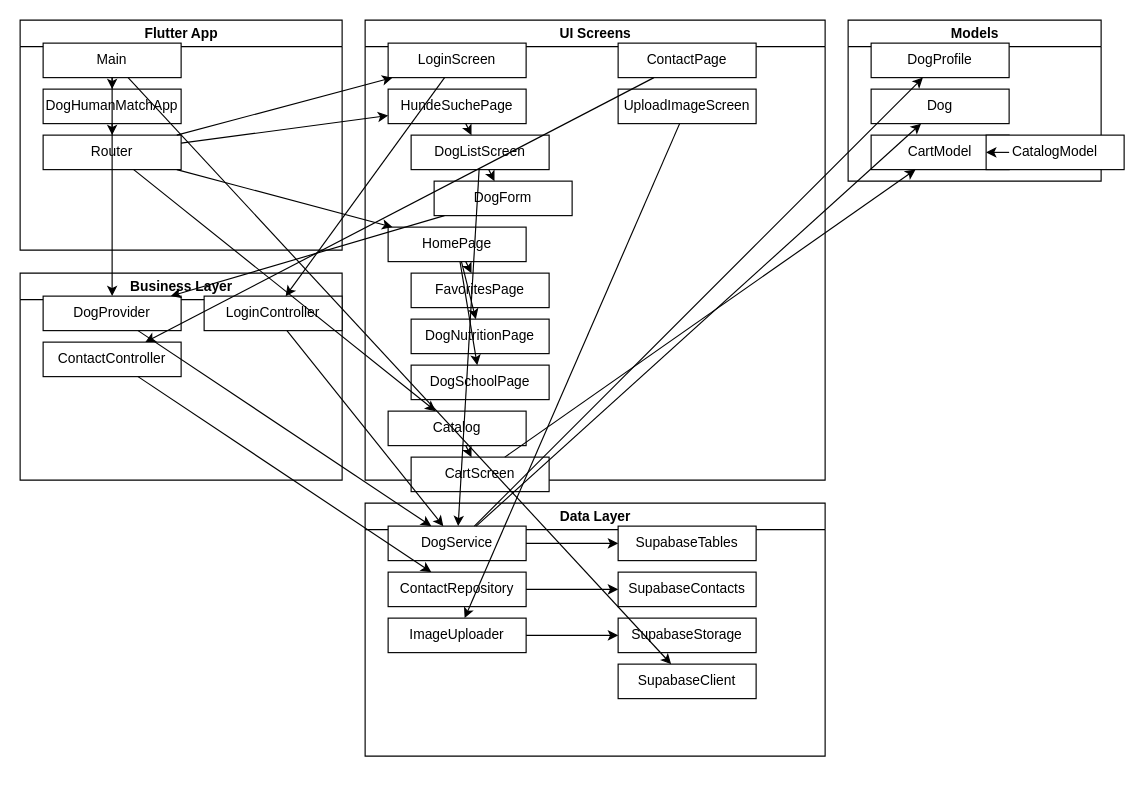
brettwill/my_awesome_namer keeps this draw.io diagram as docs/complex_stack.drawio. Above is the earlier version. Source tidied: cells renumbered, new cells numbered last; positions are measured from the earlier drawing's top-left corner, leaving out a move shared by most shapes. Both pictures are drawn from the tidied source at 115%, with x=0, y=0 at pixel (20, 20).
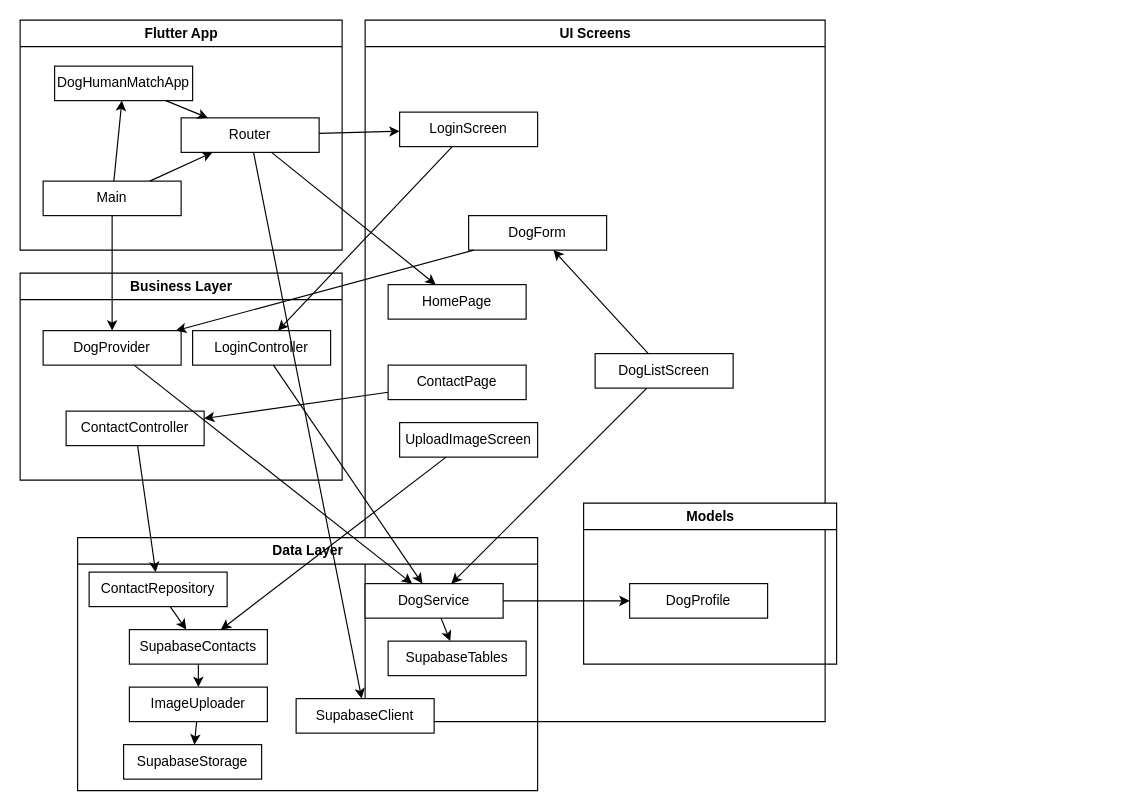
The same diagram, later.

Unchanged cells that the change refers to:
```xml
<mxCell id="2" value="Flutter App" style="swimlane;html=1;" parent="1" vertex="1">
  <mxGeometry width="280" height="200" as="geometry" />
</mxCell>
```

The edit, as a diff of the source:
```diff
@@
-    <mxCell id="3" value="UI Screens" style="swimlane;html=1;" parent="1" vertex="1">
-      <mxGeometry x="300" width="400" height="400" as="geometry" />
-    </mxCell>
-    <mxCell id="4" value="Business Layer" style="swimlane;html=1;" parent="1" vertex="1">
-      <mxGeometry y="220" width="280" height="180" as="geometry" />
-    </mxCell>
-    <mxCell id="5" value="Data Layer" style="swimlane;html=1;" parent="1" vertex="1">
-      <mxGeometry x="300" y="420" width="400" height="220" as="geometry" />
-    </mxCell>
-    <mxCell id="6" value="Models" style="swimlane;html=1;" parent="1" vertex="1">
-      <mxGeometry x="720" width="220" height="140" as="geometry" />
-    </mxCell>
     <mxCell id="7" value="Main" style="rounded=0;whiteSpace=wrap;html=1;" parent="2" vertex="1">
-      <mxGeometry x="20" y="20" width="120" height="30" as="geometry" />
+      <mxGeometry x="20" y="140" width="120" height="30" as="geometry" />
     </mxCell>
     <mxCell id="8" value="DogHumanMatchApp" style="rounded=0;whiteSpace=wrap;html=1;" parent="2" vertex="1">
-      <mxGeometry x="20" y="60" width="120" height="30" as="geometry" />
+      <mxGeometry x="30" y="40" width="120" height="30" as="geometry" />
     </mxCell>
     <mxCell id="9" value="Router" style="rounded=0;whiteSpace=wrap;html=1;" parent="2" vertex="1">
-      <mxGeometry x="20" y="100" width="120" height="30" as="geometry" />
+      <mxGeometry x="140" y="85" width="120" height="30" as="geometry" />
     </mxCell>
+    <mxCell id="39" style="orthogonalEdgeStyle;rounded=0;jettySize=auto;html=1;" parent="2" edge="1" source="8" target="9">
+      <mxGeometry relative="1" as="geometry" />
+    </mxCell>
+    <mxCell id="65" style="orthogonalEdgeStyle;rounded=0;jettySize=auto;html=1;" parent="2" edge="1" source="7" target="9">
+      <mxGeometry relative="1" as="geometry" />
+    </mxCell>
+    <mxCell id="3" value="UI Screens" style="swimlane;html=1;" parent="1" vertex="1">
+      <mxGeometry x="300" width="400" height="610" as="geometry" />
+    </mxCell>
     <mxCell id="10" value="LoginScreen" style="rounded=0;whiteSpace=wrap;html=1;" parent="3" vertex="1">
-      <mxGeometry x="20" y="20" width="120" height="30" as="geometry" />
+      <mxGeometry x="30" y="80" width="120" height="30" as="geometry" />
     </mxCell>
-    <mxCell id="11" value="HundeSuchePage" style="rounded=0;whiteSpace=wrap;html=1;" parent="3" vertex="1">
-      <mxGeometry x="20" y="60" width="120" height="30" as="geometry" />
-    </mxCell>
     <mxCell id="12" value="DogListScreen" style="rounded=0;whiteSpace=wrap;html=1;" parent="3" vertex="1">
-      <mxGeometry x="40" y="100" width="120" height="30" as="geometry" />
+      <mxGeometry x="200" y="290" width="120" height="30" as="geometry" />
     </mxCell>
     <mxCell id="13" value="DogForm" style="rounded=0;whiteSpace=wrap;html=1;" parent="3" vertex="1">
-      <mxGeometry x="60" y="140" width="120" height="30" as="geometry" />
+      <mxGeometry x="90" y="170" width="120" height="30" as="geometry" />
     </mxCell>
     <mxCell id="14" value="HomePage" style="rounded=0;whiteSpace=wrap;html=1;" parent="3" vertex="1">
-      <mxGeometry x="20" y="180" width="120" height="30" as="geometry" />
+      <mxGeometry x="20" y="230" width="120" height="30" as="geometry" />
     </mxCell>
-    <mxCell id="15" value="FavoritesPage" style="rounded=0;whiteSpace=wrap;html=1;" parent="3" vertex="1">
-      <mxGeometry x="40" y="220" width="120" height="30" as="geometry" />
-    </mxCell>
-    <mxCell id="16" value="DogNutritionPage" style="rounded=0;whiteSpace=wrap;html=1;" parent="3" vertex="1">
-      <mxGeometry x="40" y="260" width="120" height="30" as="geometry" />
-    </mxCell>
-    <mxCell id="17" value="DogSchoolPage" style="rounded=0;whiteSpace=wrap;html=1;" parent="3" vertex="1">
-      <mxGeometry x="40" y="300" width="120" height="30" as="geometry" />
-    </mxCell>
-    <mxCell id="18" value="Catalog" style="rounded=0;whiteSpace=wrap;html=1;" parent="3" vertex="1">
-      <mxGeometry x="20" y="340" width="120" height="30" as="geometry" />
-    </mxCell>
-    <mxCell id="19" value="CartScreen" style="rounded=0;whiteSpace=wrap;html=1;" parent="3" vertex="1">
-      <mxGeometry x="40" y="380" width="120" height="30" as="geometry" />
-    </mxCell>
     <mxCell id="20" value="ContactPage" style="rounded=0;whiteSpace=wrap;html=1;" parent="3" vertex="1">
-      <mxGeometry x="220" y="20" width="120" height="30" as="geometry" />
+      <mxGeometry x="20" y="300" width="120" height="30" as="geometry" />
     </mxCell>
     <mxCell id="21" value="UploadImageScreen" style="rounded=0;whiteSpace=wrap;html=1;" parent="3" vertex="1">
-      <mxGeometry x="220" y="60" width="120" height="30" as="geometry" />
+      <mxGeometry x="30" y="350" width="120" height="30" as="geometry" />
     </mxCell>
+    <mxCell id="4" value="Business Layer" style="swimlane;html=1;" parent="1" vertex="1">
+      <mxGeometry y="220" width="280" height="180" as="geometry" />
+    </mxCell>
     <mxCell id="22" value="DogProvider" style="rounded=0;whiteSpace=wrap;html=1;" parent="4" vertex="1">
-      <mxGeometry x="20" y="20" width="120" height="30" as="geometry" />
+      <mxGeometry x="20" y="50" width="120" height="30" as="geometry" />
     </mxCell>
     <mxCell id="23" value="ContactController" style="rounded=0;whiteSpace=wrap;html=1;" parent="4" vertex="1">
-      <mxGeometry x="20" y="60" width="120" height="30" as="geometry" />
+      <mxGeometry x="40" y="120" width="120" height="30" as="geometry" />
     </mxCell>
     <mxCell id="24" value="LoginController" style="rounded=0;whiteSpace=wrap;html=1;" parent="4" vertex="1">
-      <mxGeometry x="160" y="20" width="120" height="30" as="geometry" />
+      <mxGeometry x="150" y="50" width="120" height="30" as="geometry" />
     </mxCell>
+    <mxCell id="5" value="Data Layer" style="swimlane;html=1;" parent="1" vertex="1">
+      <mxGeometry x="50" y="450" width="400" height="220" as="geometry" />
+    </mxCell>
     <mxCell id="25" value="DogService" style="rounded=0;whiteSpace=wrap;html=1;" parent="5" vertex="1">
-      <mxGeometry x="20" y="20" width="120" height="30" as="geometry" />
+      <mxGeometry x="250" y="40" width="120" height="30" as="geometry" />
     </mxCell>
     <mxCell id="26" value="ContactRepository" style="rounded=0;whiteSpace=wrap;html=1;" parent="5" vertex="1">
-      <mxGeometry x="20" y="60" width="120" height="30" as="geometry" />
+      <mxGeometry x="10" y="30" width="120" height="30" as="geometry" />
     </mxCell>
     <mxCell id="27" value="SupabaseTables" style="rounded=0;whiteSpace=wrap;html=1;" parent="5" vertex="1">
-      <mxGeometry x="220" y="20" width="120" height="30" as="geometry" />
+      <mxGeometry x="270" y="90" width="120" height="30" as="geometry" />
     </mxCell>
-    <mxCell id="28" value="SupabaseContacts" style="rounded=0;whiteSpace=wrap;html=1;" parent="5" vertex="1">
-      <mxGeometry x="220" y="60" width="120" height="30" as="geometry" />
-    </mxCell>
     <mxCell id="29" value="SupabaseStorage" style="rounded=0;whiteSpace=wrap;html=1;" parent="5" vertex="1">
-      <mxGeometry x="220" y="100" width="120" height="30" as="geometry" />
+      <mxGeometry x="40" y="180" width="120" height="30" as="geometry" />
     </mxCell>
     <mxCell id="30" value="ImageUploader" style="rounded=0;whiteSpace=wrap;html=1;" parent="5" vertex="1">
-      <mxGeometry x="20" y="100" width="120" height="30" as="geometry" />
+      <mxGeometry x="45" y="130" width="120" height="30" as="geometry" />
     </mxCell>
     <mxCell id="31" value="SupabaseClient" style="rounded=0;whiteSpace=wrap;html=1;" parent="5" vertex="1">
-      <mxGeometry x="220" y="140" width="120" height="30" as="geometry" />
+      <mxGeometry x="190" y="140" width="120" height="30" as="geometry" />
     </mxCell>
+    <mxCell id="28" value="SupabaseContacts" style="rounded=0;whiteSpace=wrap;html=1;" parent="5" vertex="1">
+      <mxGeometry x="45" y="80" width="120" height="30" as="geometry" />
+    </mxCell>
+    <mxCell id="59" style="orthogonalEdgeStyle;rounded=0;jettySize=auto;html=1;" parent="5" edge="1" source="26" target="28">
+      <mxGeometry relative="1" as="geometry" />
+    </mxCell>
+    <mxCell id="54" style="orthogonalEdgeStyle;rounded=0;jettySize=auto;html=1;" parent="5" edge="1" source="28" target="30">
+      <mxGeometry relative="1" as="geometry" />
+    </mxCell>
+    <mxCell id="6" value="Models" style="swimlane;html=1;" parent="1" vertex="1">
+      <mxGeometry x="490" y="420" width="220" height="140" as="geometry" />
+    </mxCell>
     <mxCell id="32" value="DogProfile" style="rounded=0;whiteSpace=wrap;html=1;" parent="6" vertex="1">
-      <mxGeometry x="20" y="20" width="120" height="30" as="geometry" />
+      <mxGeometry x="40" y="70" width="120" height="30" as="geometry" />
     </mxCell>
-    <mxCell id="33" value="Dog" style="rounded=0;whiteSpace=wrap;html=1;" parent="6" vertex="1">
-      <mxGeometry x="20" y="60" width="120" height="30" as="geometry" />
-    </mxCell>
-    <mxCell id="34" value="CartModel" style="rounded=0;whiteSpace=wrap;html=1;" parent="6" vertex="1">
-      <mxGeometry x="20" y="100" width="120" height="30" as="geometry" />
-    </mxCell>
-    <mxCell id="35" value="CatalogModel" style="rounded=0;whiteSpace=wrap;html=1;" parent="6" vertex="1">
-      <mxGeometry x="120" y="100" width="120" height="30" as="geometry" />
-    </mxCell>
-    <mxCell id="36" style="orthogonalEdgeStyle;rounded=0;jettySize=auto;html=1;" parent="1" edge="1" source="7" target="31">
+    <mxCell id="36" style="orthogonalEdgeStyle;rounded=0;jettySize=auto;html=1;" parent="1" edge="1" source="9" target="31">
       <mxGeometry relative="1" as="geometry" />
     </mxCell>
@@
-    <mxCell id="39" style="orthogonalEdgeStyle;rounded=0;jettySize=auto;html=1;" parent="1" edge="1" source="8" target="9">
-      <mxGeometry relative="1" as="geometry" />
-    </mxCell>
@@
-    <mxCell id="41" style="orthogonalEdgeStyle;rounded=0;jettySize=auto;html=1;" parent="1" edge="1" source="9" target="11">
-      <mxGeometry relative="1" as="geometry" />
-    </mxCell>
@@
-    <mxCell id="43" style="orthogonalEdgeStyle;rounded=0;jettySize=auto;html=1;" parent="1" edge="1" source="9" target="18">
-      <mxGeometry relative="1" as="geometry" />
-    </mxCell>
@@
-    <mxCell id="45" style="orthogonalEdgeStyle;rounded=0;jettySize=auto;html=1;" parent="1" edge="1" source="11" target="12">
-      <mxGeometry relative="1" as="geometry" />
-    </mxCell>
@@
-    <mxCell id="49" style="orthogonalEdgeStyle;rounded=0;jettySize=auto;html=1;" parent="1" edge="1" source="14" target="15">
-      <mxGeometry relative="1" as="geometry" />
-    </mxCell>
-    <mxCell id="50" style="orthogonalEdgeStyle;rounded=0;jettySize=auto;html=1;" parent="1" edge="1" source="14" target="16">
-      <mxGeometry relative="1" as="geometry" />
-    </mxCell>
-    <mxCell id="51" style="orthogonalEdgeStyle;rounded=0;jettySize=auto;html=1;" parent="1" edge="1" source="14" target="17">
-      <mxGeometry relative="1" as="geometry" />
-    </mxCell>
-    <mxCell id="52" style="orthogonalEdgeStyle;rounded=0;jettySize=auto;html=1;" parent="1" edge="1" source="18" target="19">
-      <mxGeometry relative="1" as="geometry" />
-    </mxCell>
@@
-    <mxCell id="54" style="orthogonalEdgeStyle;rounded=0;jettySize=auto;html=1;" parent="1" edge="1" source="21" target="30">
-      <mxGeometry relative="1" as="geometry" />
-    </mxCell>
@@
-    <mxCell id="59" style="orthogonalEdgeStyle;rounded=0;jettySize=auto;html=1;" parent="1" edge="1" source="26" target="28">
-      <mxGeometry relative="1" as="geometry" />
-    </mxCell>
@@
-    <mxCell id="62" style="orthogonalEdgeStyle;rounded=0;jettySize=auto;html=1;" parent="1" edge="1" source="25" target="33">
-      <mxGeometry relative="1" as="geometry" />
-    </mxCell>
-    <mxCell id="63" style="orthogonalEdgeStyle;rounded=0;jettySize=auto;html=1;" parent="1" edge="1" source="19" target="34">
-      <mxGeometry relative="1" as="geometry" />
-    </mxCell>
-    <mxCell id="64" style="orthogonalEdgeStyle;rounded=0;jettySize=auto;html=1;" parent="1" edge="1" source="34" target="35">
-      <mxGeometry relative="1" as="geometry" />
-    </mxCell>
+    <mxCell id="66" style="orthogonalEdgeStyle;rounded=0;jettySize=auto;html=1;" parent="1" edge="1" source="21" target="28">
+      <mxGeometry relative="1" as="geometry" />
+    </mxCell>
```
